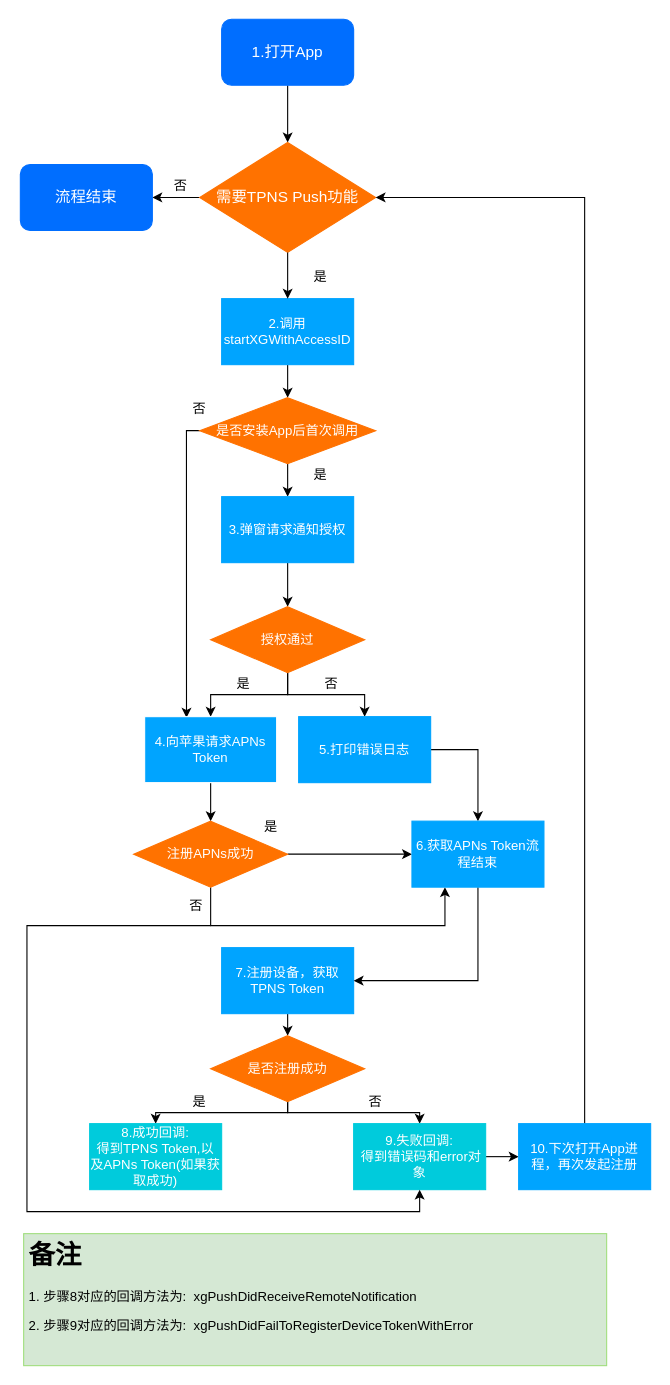
The draw.io diagram register.drawio in muyanbiao/tpnsFlowChart, before the edit. Source tidied: cells renumbered, new cells numbered last; positions are measured from the earlier drawing's top-left corner, leaving out a move shared by most shapes. Both pictures are drawn from the tidied source at 110%, with x=0, y=0 at pixel (20, 19).
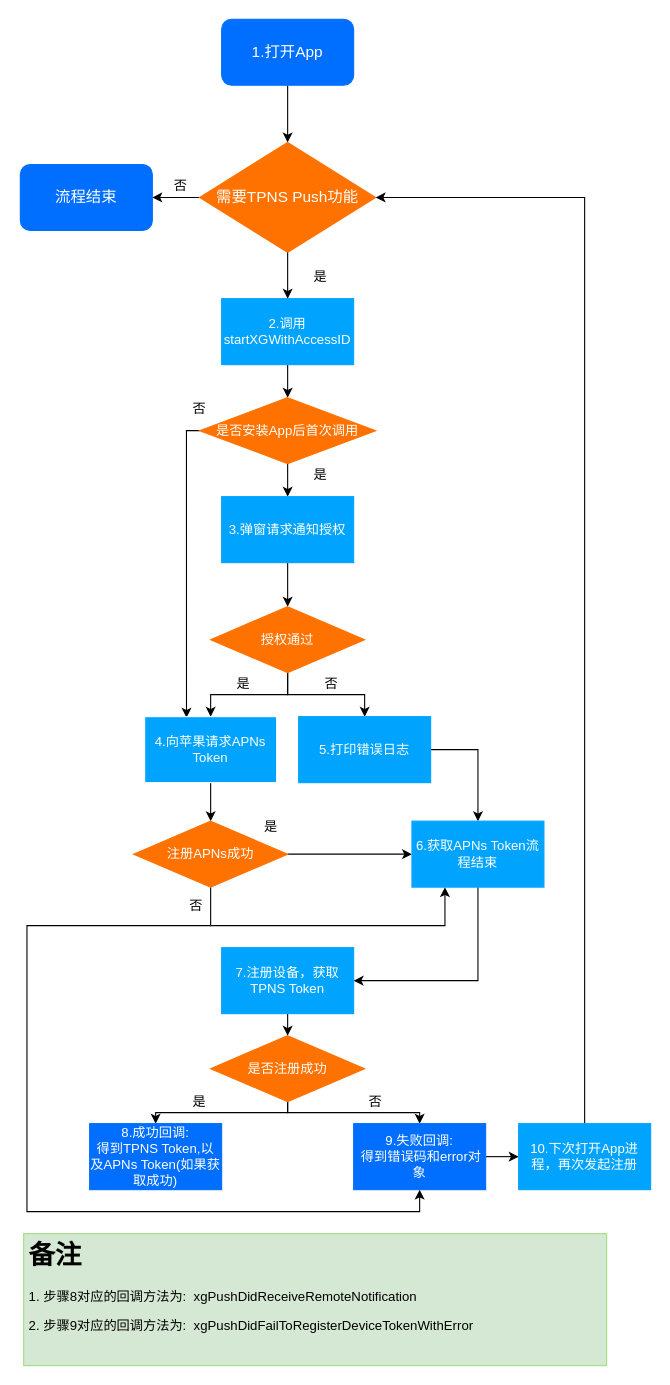
The same page after the edit.

Commit message:
Update result fill color

Diff of the diagram source:
```diff
@@
-    <mxCell id="31" value="&lt;font&gt;8.成功回调: &lt;br&gt;得到TPNS Token,以及APNs Token(如果获取成功)&lt;/font&gt;" style="rounded=0;whiteSpace=wrap;html=1;fontColor=#FFFFFF;fillColor=#00CBDC;strokeColor=#00CBDC;" parent="1" vertex="1">
+    <mxCell id="31" value="&lt;font&gt;8.成功回调: &lt;br&gt;得到TPNS Token,以及APNs Token(如果获取成功)&lt;/font&gt;" style="rounded=0;whiteSpace=wrap;html=1;fontColor=#FFFFFF;fillColor=#006EFF;strokeColor=#006EFF;" parent="1" vertex="1">
       <mxGeometry x="63" y="1004" width="120" height="60" as="geometry" />
     </mxCell>
@@
-    <mxCell id="33" value="&lt;font&gt;9.失败回调:&lt;br&gt;&amp;nbsp;得到错误码和error对象&lt;/font&gt;" style="rounded=0;whiteSpace=wrap;html=1;fontColor=#FFFFFF;fillColor=#00CBDC;strokeColor=#00CBDC;" parent="1" vertex="1">
+    <mxCell id="33" value="&lt;font&gt;9.失败回调:&lt;br&gt;&amp;nbsp;得到错误码和error对象&lt;/font&gt;" style="rounded=0;whiteSpace=wrap;html=1;fontColor=#FFFFFF;fillColor=#006EFF;strokeColor=#006EFF;" parent="1" vertex="1">
       <mxGeometry x="303" y="1004" width="120" height="60" as="geometry" />
     </mxCell>
```
